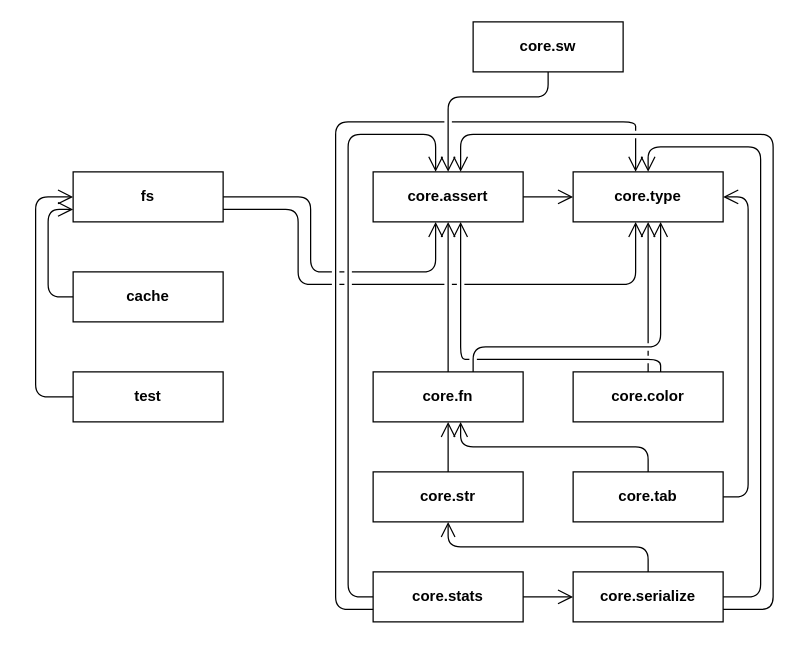
Earlier version of the draw.io diagram diag/arch.drawio (godilov/nd-dotfiles-lib). Source tidied: cells renumbered, new cells numbered last; positions are measured from the earlier drawing's top-left corner, leaving out a move shared by most shapes. Both pictures are drawn from the tidied source at 125%, with x=0, y=0 at pixel (35, 21).
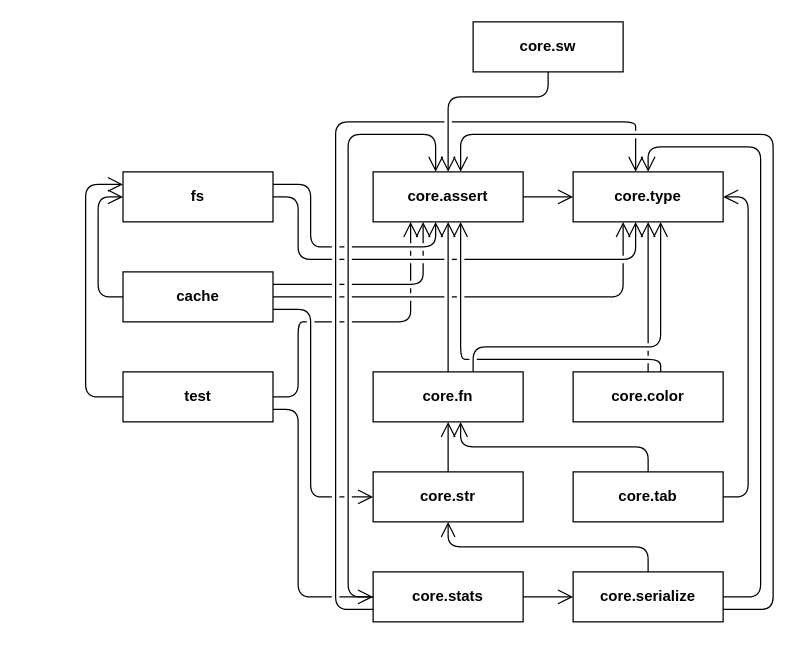
The same page after the edit.

Unchanged cells that the change refers to:
```xml
<mxCell id="3" value="&lt;div&gt;core.assert&lt;/div&gt;" style="rounded=0;whiteSpace=wrap;html=1;fontStyle=1;" parent="1" vertex="1">
  <mxGeometry x="270" y="120" width="120" height="40" as="geometry" />
</mxCell>
<mxCell id="4" value="&lt;div&gt;core.type&lt;/div&gt;" style="rounded=0;whiteSpace=wrap;html=1;fontStyle=1;" parent="1" vertex="1">
  <mxGeometry x="430" y="120" width="120" height="40" as="geometry" />
</mxCell>
<mxCell id="7" value="&lt;div&gt;core.str&lt;/div&gt;" style="rounded=0;whiteSpace=wrap;html=1;fontStyle=1;" parent="1" vertex="1">
  <mxGeometry x="270" y="360" width="120" height="40" as="geometry" />
</mxCell>
<mxCell id="13" value="&lt;div&gt;core.stats&lt;/div&gt;" style="rounded=0;whiteSpace=wrap;html=1;fontStyle=1;" parent="1" vertex="1">
  <mxGeometry x="270" y="440" width="120" height="40" as="geometry" />
</mxCell>
```

What changed in the source:
```diff
@@
     <mxCell id="10" value="cache" style="rounded=0;whiteSpace=wrap;html=1;fontStyle=1;" parent="1" vertex="1">
-      <mxGeometry x="30" y="200" width="120" height="40" as="geometry" />
+      <mxGeometry x="69.9" y="200" width="120" height="40" as="geometry" />
     </mxCell>
     <mxCell id="11" value="fs" style="rounded=0;whiteSpace=wrap;html=1;fontStyle=1;" parent="1" vertex="1">
-      <mxGeometry x="30" y="120" width="120" height="40" as="geometry" />
+      <mxGeometry x="69.9" y="120" width="120" height="40" as="geometry" />
     </mxCell>
     <mxCell id="12" value="&lt;div&gt;test&lt;/div&gt;" style="rounded=0;whiteSpace=wrap;html=1;fontStyle=1;" parent="1" vertex="1">
-      <mxGeometry x="30" y="280" width="120" height="40" as="geometry" />
+      <mxGeometry x="69.9" y="280" width="120" height="40" as="geometry" />
     </mxCell>
@@
     <mxCell id="29" style="endArrow=open;endFill=1;endSize=10;html=1;rounded=1;jumpStyle=gap;edgeStyle=orthogonalEdgeStyle;" parent="1" edge="1" source="10" target="11">
       <mxGeometry relative="1" as="geometry">
         <Array as="points">
-          <mxPoint x="10" y="220" />
-          <mxPoint x="10" y="150" />
+          <mxPoint x="50" y="220" />
+          <mxPoint x="50" y="140" />
         </Array>
       </mxGeometry>
     </mxCell>
     <mxCell id="30" style="endArrow=open;endFill=1;endSize=10;html=1;rounded=1;jumpStyle=gap;edgeStyle=orthogonalEdgeStyle;" parent="1" edge="1" source="12" target="11">
       <mxGeometry relative="1" as="geometry">
         <Array as="points">
-          <mxPoint y="300" />
-          <mxPoint y="140" />
+          <mxPoint x="40" y="300" />
+          <mxPoint x="40" y="130" />
         </Array>
       </mxGeometry>
     </mxCell>
     <mxCell id="31" style="endArrow=open;endFill=1;endSize=10;html=1;rounded=1;jumpStyle=gap;edgeStyle=orthogonalEdgeStyle;" parent="1" edge="1" source="11" target="3">
       <mxGeometry relative="1" as="geometry">
         <Array as="points">
-          <mxPoint x="220" y="140" />
-          <mxPoint x="220" y="200" />
-          <mxPoint x="320" y="200" />
+          <mxPoint x="220" y="130" />
+          <mxPoint x="220" y="180" />
+          <mxPoint x="320" y="180" />
         </Array>
       </mxGeometry>
     </mxCell>
     <mxCell id="32" style="endArrow=open;endFill=1;endSize=10;html=1;rounded=1;jumpStyle=gap;edgeStyle=orthogonalEdgeStyle;" parent="1" edge="1" source="11" target="4">
       <mxGeometry relative="1" as="geometry">
         <Array as="points">
-          <mxPoint x="210" y="150" />
-          <mxPoint x="210" y="210" />
-          <mxPoint x="480" y="210" />
+          <mxPoint x="210" y="140" />
+          <mxPoint x="210" y="190" />
+          <mxPoint x="480" y="190" />
         </Array>
       </mxGeometry>
     </mxCell>
+    <mxCell id="33" style="endArrow=open;endFill=1;endSize=10;html=1;rounded=1;jumpStyle=gap;edgeStyle=orthogonalEdgeStyle;" parent="1" edge="1" source="10" target="3">
+      <mxGeometry relative="1" as="geometry">
+        <Array as="points">
+          <mxPoint x="310" y="210" />
+        </Array>
+      </mxGeometry>
+    </mxCell>
+    <mxCell id="34" style="endArrow=open;endFill=1;endSize=10;html=1;rounded=1;jumpStyle=gap;edgeStyle=orthogonalEdgeStyle;" parent="1" edge="1" source="10" target="4">
+      <mxGeometry relative="1" as="geometry">
+        <Array as="points">
+          <mxPoint x="470" y="220" />
+        </Array>
+      </mxGeometry>
+    </mxCell>
+    <mxCell id="35" style="endArrow=open;endFill=1;endSize=10;html=1;rounded=1;jumpStyle=gap;edgeStyle=orthogonalEdgeStyle;" parent="1" edge="1" source="10" target="7">
+      <mxGeometry relative="1" as="geometry">
+        <Array as="points">
+          <mxPoint x="220" y="230" />
+          <mxPoint x="220" y="380" />
+        </Array>
+      </mxGeometry>
+    </mxCell>
+    <mxCell id="36" style="endArrow=open;endFill=1;endSize=10;html=1;rounded=1;jumpStyle=gap;edgeStyle=orthogonalEdgeStyle;" parent="1" edge="1" source="12" target="13">
+      <mxGeometry relative="1" as="geometry">
+        <Array as="points">
+          <mxPoint x="210" y="310" />
+          <mxPoint x="210" y="460" />
+        </Array>
+      </mxGeometry>
+    </mxCell>
+    <mxCell id="37" style="endArrow=open;endFill=1;endSize=10;html=1;rounded=1;jumpStyle=gap;edgeStyle=orthogonalEdgeStyle;" parent="1" edge="1" source="12" target="3">
+      <mxGeometry relative="1" as="geometry">
+        <Array as="points">
+          <mxPoint x="210" y="300" />
+          <mxPoint x="210" y="240" />
+          <mxPoint x="300" y="240" />
+        </Array>
+      </mxGeometry>
+    </mxCell>
```
